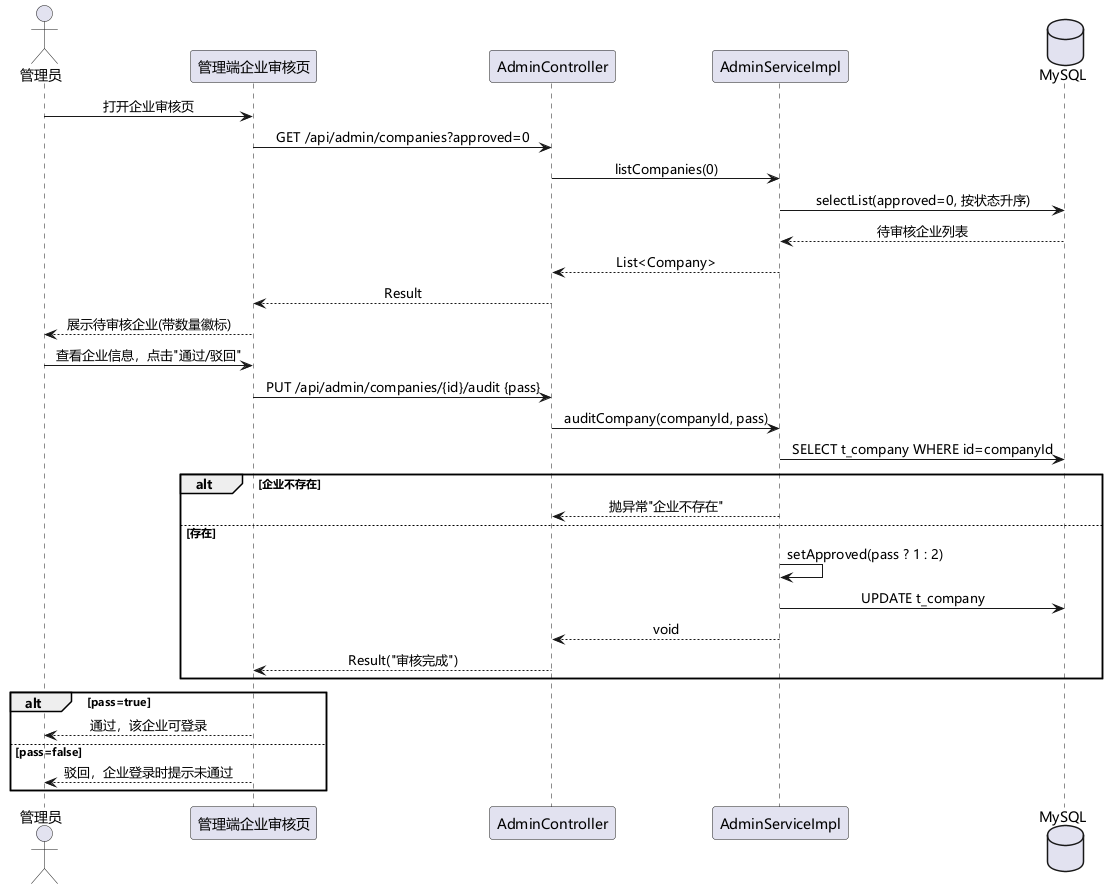
Above: uml/png/李嘉文/企业入驻审核时序图.png in sheep7-bot/recruit-internship-system (PlantUML), before the change. Its diagram source:
```plantuml
@startuml 企业入驻审核时序图
skinparam defaultFontName "Microsoft YaHei"
skinparam sequenceMessageAlign center

actor "管理员" as admin
participant "管理端企业审核页" as web
participant "AdminController" as ctl
participant "AdminServiceImpl" as svc
database "MySQL" as db

admin -> web : 打开企业审核页
web -> ctl : GET /api/admin/companies?approved=0
ctl -> svc : listCompanies(0)
svc -> db : selectList(approved=0, 按状态升序)
db --> svc : 待审核企业列表
svc --> ctl : List<Company>
ctl --> web : Result
web --> admin : 展示待审核企业(带数量徽标)

admin -> web : 查看企业信息，点击"通过/驳回"
web -> ctl : PUT /api/admin/companies/{id}/audit {pass}
ctl -> svc : auditCompany(companyId, pass)
svc -> db : SELECT t_company WHERE id=companyId
alt 企业不存在
  svc --> ctl : 抛异常"企业不存在"
else 存在
  svc -> svc : setApproved(pass ? 1 : 2)
  svc -> db : UPDATE t_company
  svc --> ctl : void
  ctl --> web : Result("审核完成")
end

alt pass=true
  web --> admin : 通过，该企业可登录
else pass=false
  web --> admin : 驳回，企业登录时提示未通过
end
@enduml
```
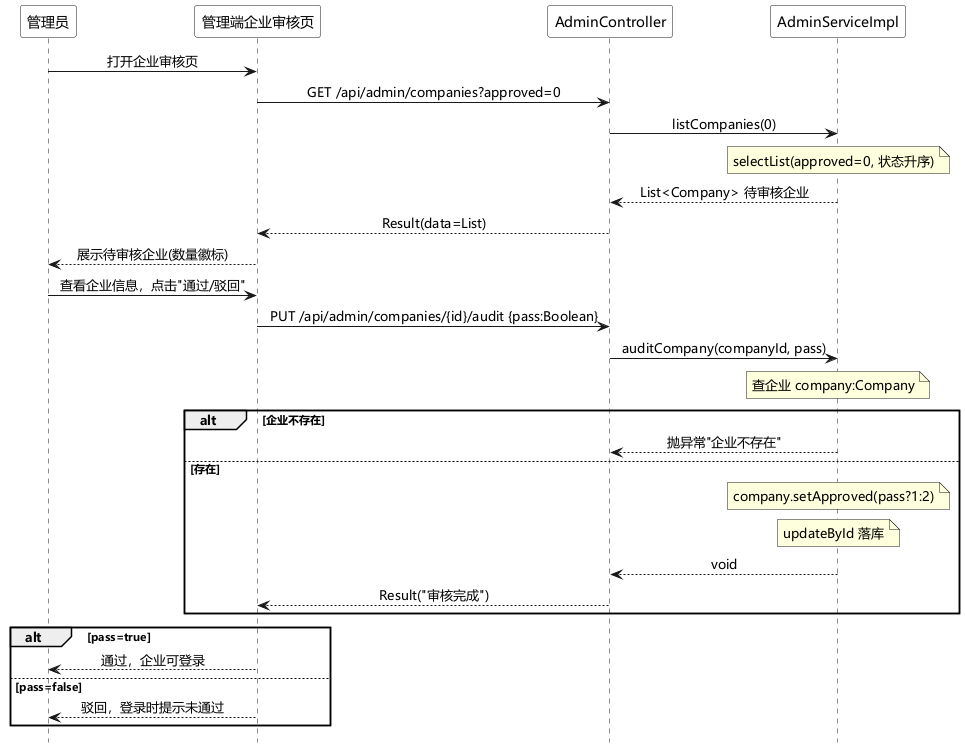
The same file after the commit.

The edit, as a diff of the source:
```diff
@@ -1,38 +1,53 @@
 @startuml 企业入驻审核时序图
 skinparam defaultFontName "Microsoft YaHei"
+hide footbox
+<style>
+participant {
+  FontColor white
+  BorderColor white
+  BackgroundColor white
+}
+sequenceDiagram {
+  FontColor black
+}
+</style>
 skinparam sequenceMessageAlign center
-
-actor "管理员" as admin
+participant "管理员" as admin
 participant "管理端企业审核页" as web
 participant "AdminController" as ctl
 participant "AdminServiceImpl" as svc
-database "MySQL" as db
-
 admin -> web : 打开企业审核页
 web -> ctl : GET /api/admin/companies?approved=0
 ctl -> svc : listCompanies(0)
-svc -> db : selectList(approved=0, 按状态升序)
-db --> svc : 待审核企业列表
-svc --> ctl : List<Company>
-ctl --> web : Result
-web --> admin : 展示待审核企业(带数量徽标)
+note over svc
+  selectList(approved=0, 状态升序)
+end note
+svc --> ctl : List<Company> 待审核企业
+ctl --> web : Result(data=List)
+web --> admin : 展示待审核企业(数量徽标)
 
 admin -> web : 查看企业信息，点击"通过/驳回"
-web -> ctl : PUT /api/admin/companies/{id}/audit {pass}
+web -> ctl : PUT /api/admin/companies/{id}/audit {pass:Boolean}
 ctl -> svc : auditCompany(companyId, pass)
-svc -> db : SELECT t_company WHERE id=companyId
+note over svc
+  查企业 company:Company
+end note
 alt 企业不存在
   svc --> ctl : 抛异常"企业不存在"
 else 存在
-  svc -> svc : setApproved(pass ? 1 : 2)
-  svc -> db : UPDATE t_company
+  note over svc
+    company.setApproved(pass?1:2)
+  end note
+  note over svc
+    updateById 落库
+  end note
   svc --> ctl : void
   ctl --> web : Result("审核完成")
 end
+alt pass=true
+  web --> admin : 通过，企业可登录
+else pass=false
+  web --> admin : 驳回，登录时提示未通过
+end
 
-alt pass=true
-  web --> admin : 通过，该企业可登录
-else pass=false
-  web --> admin : 驳回，企业登录时提示未通过
-end
 @enduml
```
